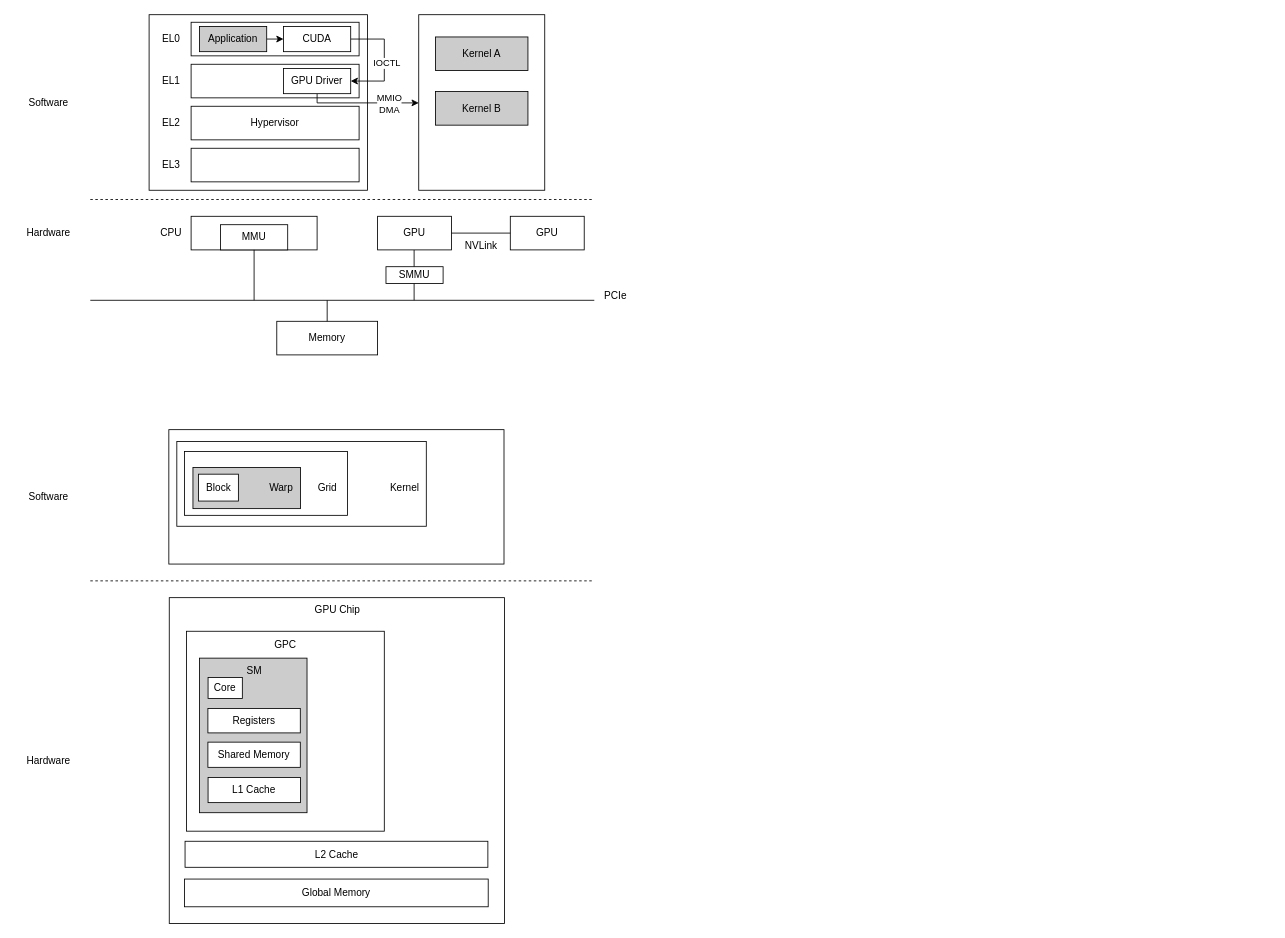
This is gpu.drawio from qianfei11/draw.io, a draw.io file, before an edit. Source tidied: cells renumbered, new cells numbered last; positions are measured from the earlier drawing's top-left corner, leaving out a move shared by most shapes. Both pictures are drawn from the tidied source at 84%, with x=0, y=0 at pixel (14, 14).
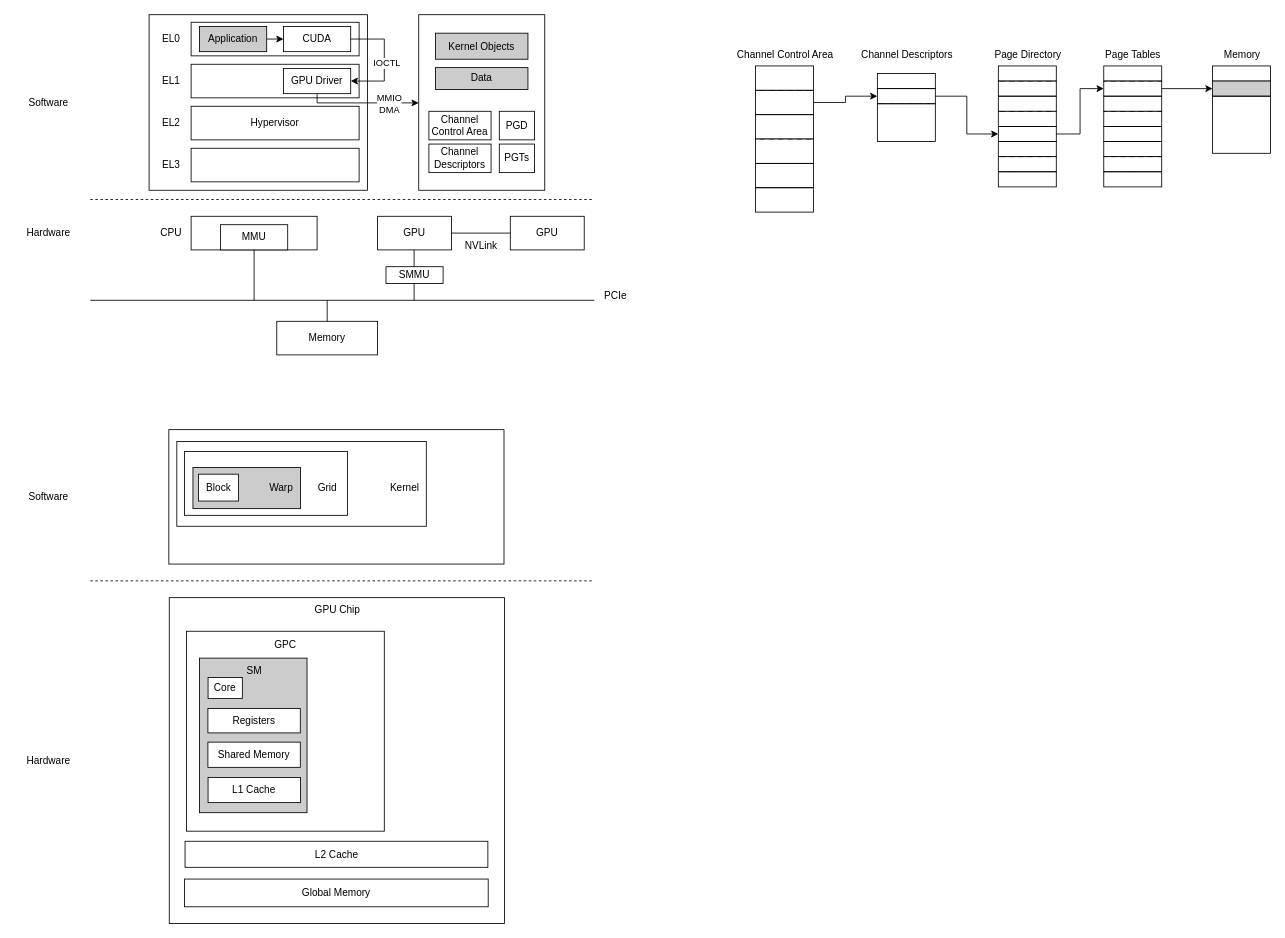
Above is the later version.

Diff of the diagram source:
```diff
@@
-    <mxCell id="52" value="Kernel A" style="rounded=0;whiteSpace=wrap;html=1;fillColor=#CCCCCC;" parent="1" vertex="1">
-      <mxGeometry x="501" y="26.5" width="110" height="40" as="geometry" />
+    <mxCell id="52" value="Kernel Objects" style="rounded=0;whiteSpace=wrap;html=1;fillColor=#CCCCCC;" parent="1" vertex="1">
+      <mxGeometry x="501" y="22" width="110" height="31" as="geometry" />
     </mxCell>
-    <mxCell id="53" value="Kernel B" style="rounded=0;whiteSpace=wrap;html=1;fillColor=#CCCCCC;" parent="1" vertex="1">
-      <mxGeometry x="501" y="91.5" width="110" height="40" as="geometry" />
-    </mxCell>
@@
+    <mxCell id="62" value="Channel Control Area" style="rounded=0;whiteSpace=wrap;html=1;fillColor=#FFFFFF;" parent="1" vertex="1">
+      <mxGeometry x="493.1" y="115" width="74" height="34" as="geometry" />
+    </mxCell>
+    <mxCell id="63" style="rounded=0;whiteSpace=wrap;html=1;fillColor=#FFFFFF;fillStyle=dots;" parent="1" vertex="1">
+      <mxGeometry x="882" y="61" width="69" height="29" as="geometry" />
+    </mxCell>
+    <mxCell id="64" value="Channel Control Area" style="text;html=1;align=center;verticalAlign=middle;strokeColor=none;fillColor=none;" parent="1" vertex="1">
+      <mxGeometry x="850" y="35" width="133" height="26" as="geometry" />
+    </mxCell>
+    <mxCell id="65" style="edgeStyle=orthogonalEdgeStyle;rounded=0;jettySize=auto;html=1;exitX=1;exitY=0.5;exitDx=0;exitDy=0;entryX=0;entryY=0.5;entryDx=0;entryDy=0;" parent="1" edge="1" source="66" target="78">
+      <mxGeometry relative="1" as="geometry" />
+    </mxCell>
+    <mxCell id="66" style="rounded=0;whiteSpace=wrap;html=1;fillColor=#FFFFFF;fillStyle=dots;" parent="1" vertex="1">
+      <mxGeometry x="882" y="90" width="69" height="29" as="geometry" />
+    </mxCell>
+    <mxCell id="67" style="rounded=0;whiteSpace=wrap;html=1;fillColor=#FFFFFF;fillStyle=dots;" parent="1" vertex="1">
+      <mxGeometry x="882" y="119" width="69" height="29" as="geometry" />
+    </mxCell>
+    <mxCell id="68" style="rounded=0;whiteSpace=wrap;html=1;fillColor=#FFFFFF;fillStyle=dots;" parent="1" vertex="1">
+      <mxGeometry x="882" y="148" width="69" height="29" as="geometry" />
+    </mxCell>
+    <mxCell id="69" style="rounded=0;whiteSpace=wrap;html=1;fillColor=#FFFFFF;fillStyle=dots;" parent="1" vertex="1">
+      <mxGeometry x="882" y="177" width="69" height="29" as="geometry" />
+    </mxCell>
+    <mxCell id="70" style="rounded=0;whiteSpace=wrap;html=1;fillColor=#FFFFFF;fillStyle=dots;" parent="1" vertex="1">
+      <mxGeometry x="882" y="206" width="69" height="29" as="geometry" />
+    </mxCell>
+    <mxCell id="71" value="Channel Descriptors" style="rounded=0;whiteSpace=wrap;html=1;fillColor=#FFFFFF;" parent="1" vertex="1">
+      <mxGeometry x="493.1" y="154" width="74" height="34" as="geometry" />
+    </mxCell>
+    <mxCell id="72" value="PGD" style="rounded=0;whiteSpace=wrap;html=1;fillColor=#FFFFFF;" parent="1" vertex="1">
+      <mxGeometry x="576.9" y="115" width="42" height="34" as="geometry" />
+    </mxCell>
+    <mxCell id="73" value="PGTs" style="rounded=0;whiteSpace=wrap;html=1;fillColor=#FFFFFF;" parent="1" vertex="1">
+      <mxGeometry x="576.9" y="154" width="42" height="34" as="geometry" />
+    </mxCell>
+    <mxCell id="74" value="Data" style="rounded=0;whiteSpace=wrap;html=1;fillColor=#CCCCCC;" parent="1" vertex="1">
+      <mxGeometry x="501" y="63" width="110" height="26" as="geometry" />
+    </mxCell>
+    <mxCell id="75" style="rounded=0;whiteSpace=wrap;html=1;fillColor=#FFFFFF;fillStyle=dots;" parent="1" vertex="1">
+      <mxGeometry x="1027" y="70" width="69" height="18" as="geometry" />
+    </mxCell>
+    <mxCell id="76" value="Channel Descriptors" style="text;html=1;align=center;verticalAlign=middle;strokeColor=none;fillColor=none;" parent="1" vertex="1">
+      <mxGeometry x="998" y="35" width="127" height="26" as="geometry" />
+    </mxCell>
+    <mxCell id="77" style="edgeStyle=orthogonalEdgeStyle;rounded=0;jettySize=auto;html=1;exitX=1;exitY=0.5;exitDx=0;exitDy=0;entryX=0;entryY=0.5;entryDx=0;entryDy=0;" parent="1" edge="1" source="78" target="88">
+      <mxGeometry relative="1" as="geometry" />
+    </mxCell>
+    <mxCell id="78" style="rounded=0;whiteSpace=wrap;html=1;fillColor=#FFFFFF;fillStyle=dots;" parent="1" vertex="1">
+      <mxGeometry x="1027" y="88" width="69" height="18" as="geometry" />
+    </mxCell>
+    <mxCell id="79" style="rounded=0;whiteSpace=wrap;html=1;fillColor=#FFFFFF;fillStyle=dots;" parent="1" vertex="1">
+      <mxGeometry x="1027" y="106" width="69" height="45" as="geometry" />
+    </mxCell>
+    <mxCell id="80" value="Page Directory" style="text;html=1;align=center;verticalAlign=middle;strokeColor=none;fillColor=none;" parent="1" vertex="1">
+      <mxGeometry x="1157" y="35" width="97" height="26" as="geometry" />
+    </mxCell>
+    <mxCell id="81" value="Page Tables" style="text;html=1;align=center;verticalAlign=middle;strokeColor=none;fillColor=none;" parent="1" vertex="1">
+      <mxGeometry x="1289" y="35" width="84" height="26" as="geometry" />
+    </mxCell>
+    <mxCell id="82" value="Memory" style="text;html=1;align=center;verticalAlign=middle;strokeColor=none;fillColor=none;" parent="1" vertex="1">
+      <mxGeometry x="1430" y="35" width="61" height="26" as="geometry" />
+    </mxCell>
+    <mxCell id="83" style="rounded=0;whiteSpace=wrap;html=1;fillColor=#FFFFFF;fillStyle=dots;" parent="1" vertex="1">
+      <mxGeometry x="1171" y="61" width="69" height="18" as="geometry" />
+    </mxCell>
+    <mxCell id="84" style="rounded=0;whiteSpace=wrap;html=1;fillColor=#FFFFFF;fillStyle=dots;" parent="1" vertex="1">
+      <mxGeometry x="1171" y="79" width="69" height="18" as="geometry" />
+    </mxCell>
+    <mxCell id="85" style="rounded=0;whiteSpace=wrap;html=1;fillColor=#FFFFFF;fillStyle=dots;" parent="1" vertex="1">
+      <mxGeometry x="1171" y="97" width="69" height="18" as="geometry" />
+    </mxCell>
+    <mxCell id="86" style="rounded=0;whiteSpace=wrap;html=1;fillColor=#FFFFFF;fillStyle=dots;" parent="1" vertex="1">
+      <mxGeometry x="1171" y="115" width="69" height="18" as="geometry" />
+    </mxCell>
+    <mxCell id="87" style="edgeStyle=orthogonalEdgeStyle;rounded=0;jettySize=auto;html=1;exitX=1;exitY=0.5;exitDx=0;exitDy=0;entryX=0;entryY=0.5;entryDx=0;entryDy=0;" parent="1" edge="1" source="88" target="94">
+      <mxGeometry relative="1" as="geometry" />
+    </mxCell>
+    <mxCell id="88" style="rounded=0;whiteSpace=wrap;html=1;fillColor=#FFFFFF;fillStyle=dots;" parent="1" vertex="1">
+      <mxGeometry x="1171" y="133" width="69" height="18" as="geometry" />
+    </mxCell>
+    <mxCell id="89" style="rounded=0;whiteSpace=wrap;html=1;fillColor=#FFFFFF;fillStyle=dots;" parent="1" vertex="1">
+      <mxGeometry x="1171" y="151" width="69" height="18" as="geometry" />
+    </mxCell>
+    <mxCell id="90" style="rounded=0;whiteSpace=wrap;html=1;fillColor=#FFFFFF;fillStyle=dots;" parent="1" vertex="1">
+      <mxGeometry x="1171" y="169" width="69" height="18" as="geometry" />
+    </mxCell>
+    <mxCell id="91" style="rounded=0;whiteSpace=wrap;html=1;fillColor=#FFFFFF;fillStyle=dots;" parent="1" vertex="1">
+      <mxGeometry x="1171" y="187" width="69" height="18" as="geometry" />
+    </mxCell>
+    <mxCell id="92" style="rounded=0;whiteSpace=wrap;html=1;fillColor=#FFFFFF;fillStyle=dots;" parent="1" vertex="1">
+      <mxGeometry x="1296.5" y="61" width="69" height="18" as="geometry" />
+    </mxCell>
+    <mxCell id="93" style="edgeStyle=orthogonalEdgeStyle;rounded=0;jettySize=auto;html=1;exitX=1;exitY=0.5;exitDx=0;exitDy=0;" parent="1" edge="1" source="94" target="102">
+      <mxGeometry relative="1" as="geometry" />
+    </mxCell>
+    <mxCell id="94" style="rounded=0;whiteSpace=wrap;html=1;fillColor=#FFFFFF;fillStyle=dots;" parent="1" vertex="1">
+      <mxGeometry x="1296.5" y="79" width="69" height="18" as="geometry" />
+    </mxCell>
+    <mxCell id="95" style="rounded=0;whiteSpace=wrap;html=1;fillColor=#FFFFFF;fillStyle=dots;" parent="1" vertex="1">
+      <mxGeometry x="1296.5" y="97" width="69" height="18" as="geometry" />
+    </mxCell>
+    <mxCell id="96" style="rounded=0;whiteSpace=wrap;html=1;fillColor=#FFFFFF;fillStyle=dots;" parent="1" vertex="1">
+      <mxGeometry x="1296.5" y="115" width="69" height="18" as="geometry" />
+    </mxCell>
+    <mxCell id="97" style="rounded=0;whiteSpace=wrap;html=1;fillColor=#FFFFFF;fillStyle=dots;" parent="1" vertex="1">
+      <mxGeometry x="1296.5" y="133" width="69" height="18" as="geometry" />
+    </mxCell>
+    <mxCell id="98" style="rounded=0;whiteSpace=wrap;html=1;fillColor=#FFFFFF;fillStyle=dots;" parent="1" vertex="1">
+      <mxGeometry x="1296.5" y="151" width="69" height="18" as="geometry" />
+    </mxCell>
+    <mxCell id="99" style="rounded=0;whiteSpace=wrap;html=1;fillColor=#FFFFFF;fillStyle=dots;" parent="1" vertex="1">
+      <mxGeometry x="1296.5" y="169" width="69" height="18" as="geometry" />
+    </mxCell>
+    <mxCell id="100" style="rounded=0;whiteSpace=wrap;html=1;fillColor=#FFFFFF;fillStyle=dots;" parent="1" vertex="1">
+      <mxGeometry x="1296.5" y="187" width="69" height="18" as="geometry" />
+    </mxCell>
+    <mxCell id="101" style="rounded=0;whiteSpace=wrap;html=1;fillColor=#FFFFFF;fillStyle=dots;" parent="1" vertex="1">
+      <mxGeometry x="1426" y="61" width="69" height="18" as="geometry" />
+    </mxCell>
+    <mxCell id="102" style="rounded=0;whiteSpace=wrap;html=1;fillColor=#CCCCCC;fillStyle=auto;" parent="1" vertex="1">
+      <mxGeometry x="1426" y="79" width="69" height="18" as="geometry" />
+    </mxCell>
+    <mxCell id="103" style="rounded=0;whiteSpace=wrap;html=1;fillColor=#FFFFFF;fillStyle=dots;" parent="1" vertex="1">
+      <mxGeometry x="1426" y="97" width="69" height="68" as="geometry" />
+    </mxCell>
```
